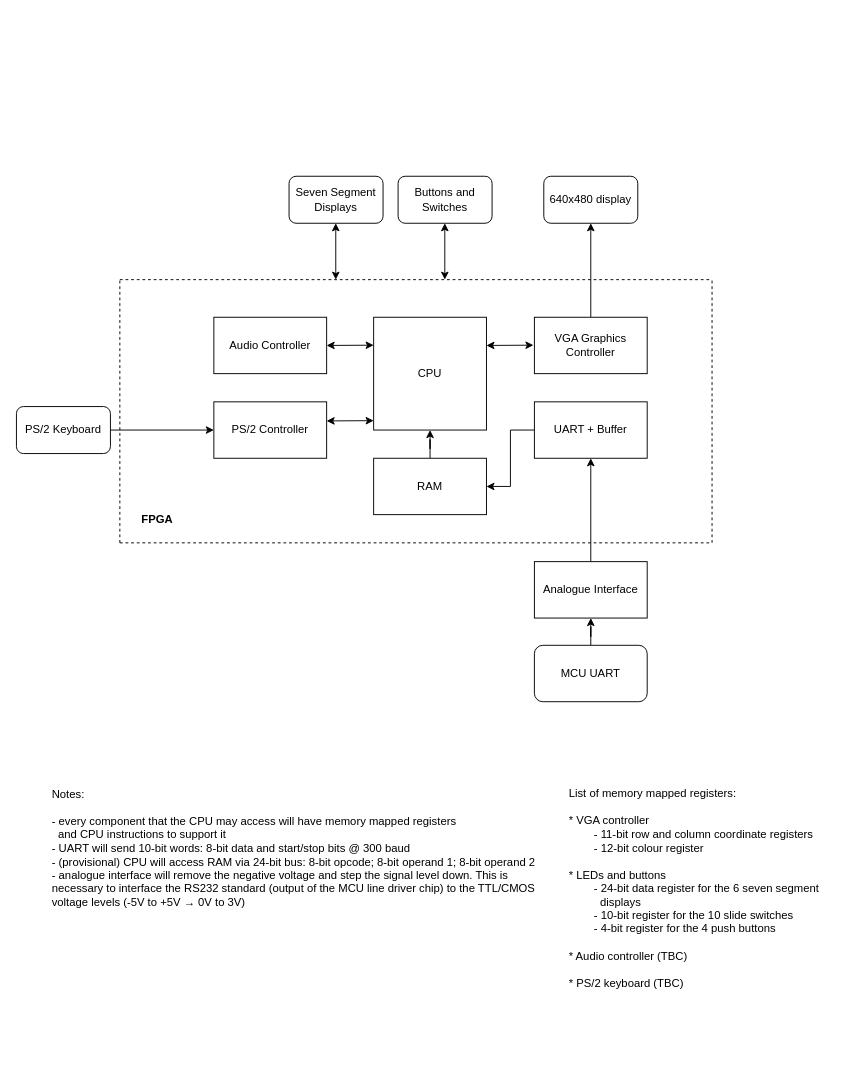
Above: Block Diagram.drawio in yismailsaadelgedawy/PROJ300 (draw.io), before the change. Source tidied: cells renumbered, new cells numbered last; positions are measured from the earlier drawing's top-left corner, leaving out a move shared by most shapes. Both pictures are drawn from the tidied source at 94%, with x=0, y=0 at pixel (16, 176).
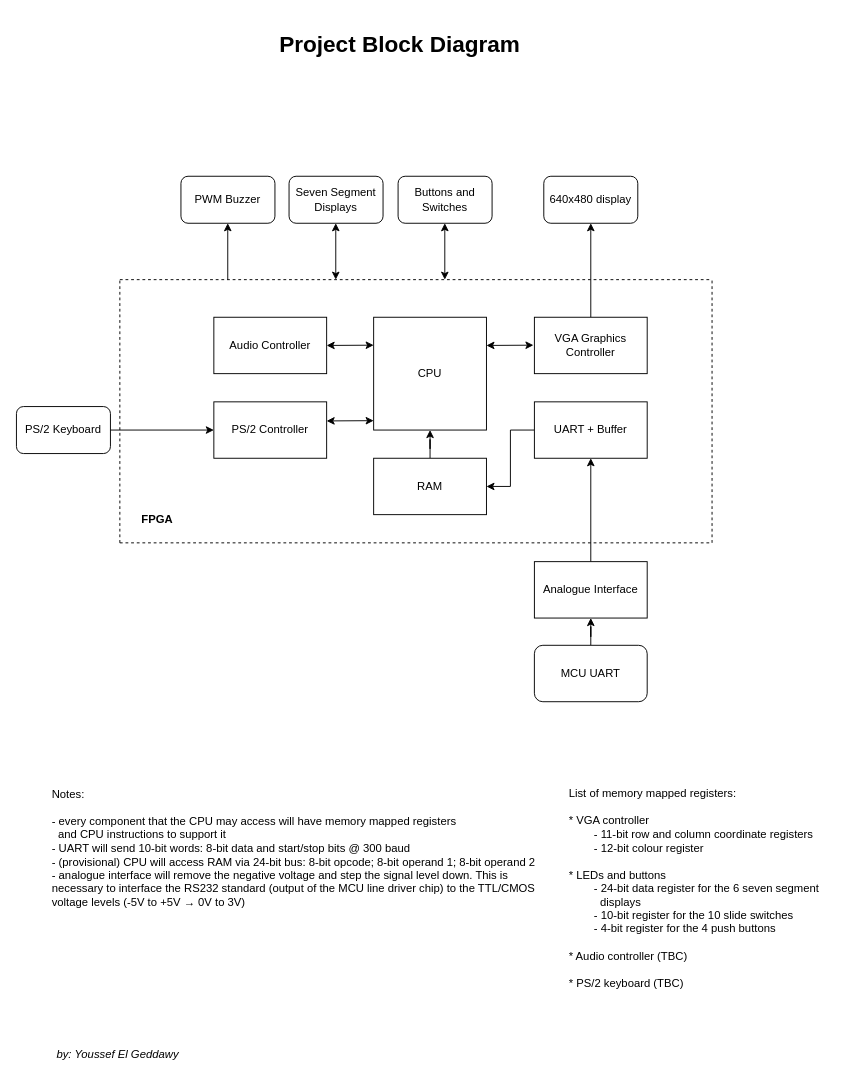
The same page after the edit.

Diff of the diagram source:
```diff
@@
+    <mxCell id="32" value="PWM Buzzer" style="rounded=1;whiteSpace=wrap;html=1;" parent="1" vertex="1">
+      <mxGeometry x="175" width="100" height="50" as="geometry" />
+    </mxCell>
+    <mxCell id="33" style="endArrow=classic;html=1;rounded=0;" parent="1" edge="1">
+      <mxGeometry relative="1" as="geometry">
+        <mxPoint x="224.8" y="110" as="sourcePoint" />
+        <mxPoint x="224.8" y="50" as="targetPoint" />
+      </mxGeometry>
+    </mxCell>
+    <mxCell id="34" value="&lt;h1&gt;Project Block Diagram&lt;/h1&gt;" style="text;html=1;strokeColor=none;fillColor=none;spacing=5;spacingTop=-20;whiteSpace=wrap;overflow=hidden;rounded=0;" parent="1" vertex="1">
+      <mxGeometry x="275" y="-160" width="270" height="70" as="geometry" />
+    </mxCell>
+    <mxCell id="35" value="&lt;i&gt;by: Youssef El Geddawy&lt;/i&gt;" style="text;html=1;strokeColor=none;fillColor=none;align=center;verticalAlign=middle;whiteSpace=wrap;rounded=0;" parent="1" vertex="1">
+      <mxGeometry x="36" y="920" width="144" height="30" as="geometry" />
+    </mxCell>
```
